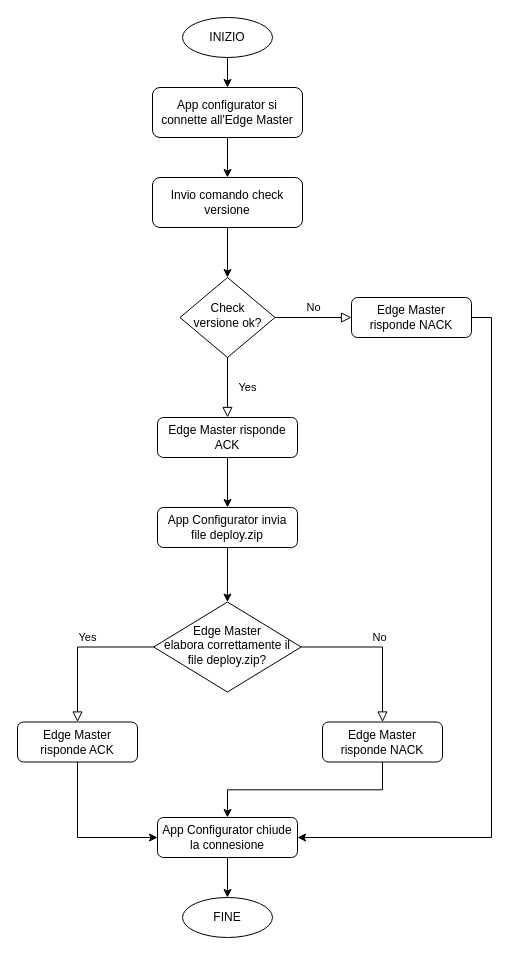
The draw.io diagram page "Page-1" (1 of 2) of Deploy semplice.drawio in maius91/maius91, before the edit. Source tidied: cells renumbered, new cells numbered last; positions are measured from the earlier drawing's top-left corner, leaving out a move shared by most shapes. Both pictures are drawn from the tidied source at 100%, with x=0, y=0 at pixel (17, 17).
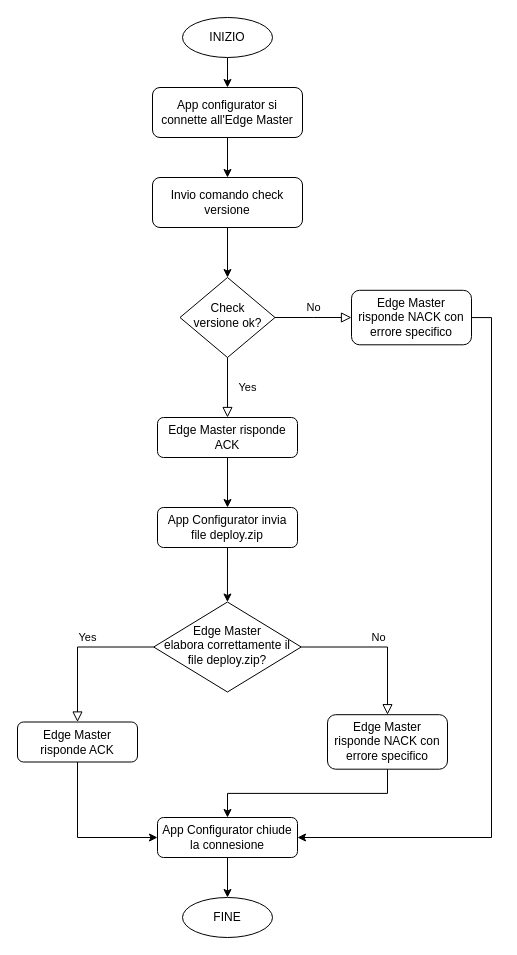
The same page after the edit.

Unchanged cells that the change refers to:
```xml
<mxCell id="5" value="Check &lt;br&gt;versione ok?" style="rhombus;whiteSpace=wrap;html=1;shadow=0;fontFamily=Helvetica;fontSize=12;align=center;strokeWidth=1;spacing=6;spacingTop=-4;" parent="1" vertex="1">
  <mxGeometry x="162.5" y="260" width="95" height="80" as="geometry" />
</mxCell>
<mxCell id="9" value="App Configurator chiude la connesione" style="rounded=1;whiteSpace=wrap;html=1;fontSize=12;glass=0;strokeWidth=1;shadow=0;" parent="1" vertex="1">
  <mxGeometry x="140" y="800" width="140" height="40" as="geometry" />
</mxCell>
```

The edit, as a diff of the source:
```diff
@@
-    <mxCell id="4" value="No" style="edgeStyle=orthogonalEdgeStyle;rounded=0;jettySize=auto;fontSize=11;endArrow=block;endFill=0;endSize=8;strokeWidth=1;shadow=0;labelBackgroundColor=none;html=1;" parent="1" edge="1" source="5" target="7">
-      <mxGeometry y="10" relative="1" as="geometry" />
+    <mxCell id="4" value="No" style="edgeStyle=orthogonalEdgeStyle;rounded=0;jettySize=auto;fontSize=11;endArrow=block;endFill=0;endSize=8;strokeWidth=1;shadow=0;labelBackgroundColor=none;html=1;" parent="1" edge="1" source="5">
+      <mxGeometry y="10" relative="1" as="geometry">
+        <mxPoint x="334" y="300" as="targetPoint" />
+      </mxGeometry>
     </mxCell>
@@
-    <mxCell id="6" style="edgeStyle=orthogonalEdgeStyle;rounded=0;jettySize=auto;html=1;exitX=1;exitY=0.5;exitDx=0;exitDy=0;entryX=1;entryY=0.5;entryDx=0;entryDy=0;" parent="1" edge="1" source="7" target="9">
+    <mxCell id="6" style="edgeStyle=orthogonalEdgeStyle;rounded=0;jettySize=auto;html=1;exitX=1;exitY=0.5;exitDx=0;exitDy=0;entryX=1;entryY=0.5;entryDx=0;entryDy=0;" parent="1" edge="1" source="27" target="9">
       <mxGeometry relative="1" as="geometry" />
     </mxCell>
-    <mxCell id="7" value="Edge Master &lt;br&gt;risponde NACK" style="rounded=1;whiteSpace=wrap;html=1;fontSize=12;glass=0;strokeWidth=1;shadow=0;" parent="1" vertex="1">
-      <mxGeometry x="334" y="280" width="120" height="40" as="geometry" />
-    </mxCell>
@@
-    <mxCell id="20" value="Edge Master &lt;br&gt;risponde NACK" style="rounded=1;whiteSpace=wrap;html=1;fontSize=12;glass=0;strokeWidth=1;shadow=0;" parent="1" vertex="1">
-      <mxGeometry x="305" y="704.5" width="120" height="40" as="geometry" />
+    <mxCell id="20" value="Edge Master &lt;br&gt;risponde NACK con errore specifico" style="rounded=1;whiteSpace=wrap;html=1;fontSize=12;glass=0;strokeWidth=1;shadow=0;" parent="1" vertex="1">
+      <mxGeometry x="310" y="697.2" width="120" height="54.5" as="geometry" />
     </mxCell>
@@
+    <mxCell id="27" value="Edge Master &lt;br&gt;risponde NACK con errore specifico" style="rounded=1;whiteSpace=wrap;html=1;fontSize=12;glass=0;strokeWidth=1;shadow=0;" parent="1" vertex="1">
+      <mxGeometry x="334" y="272.8" width="120" height="54.5" as="geometry" />
+    </mxCell>
```
